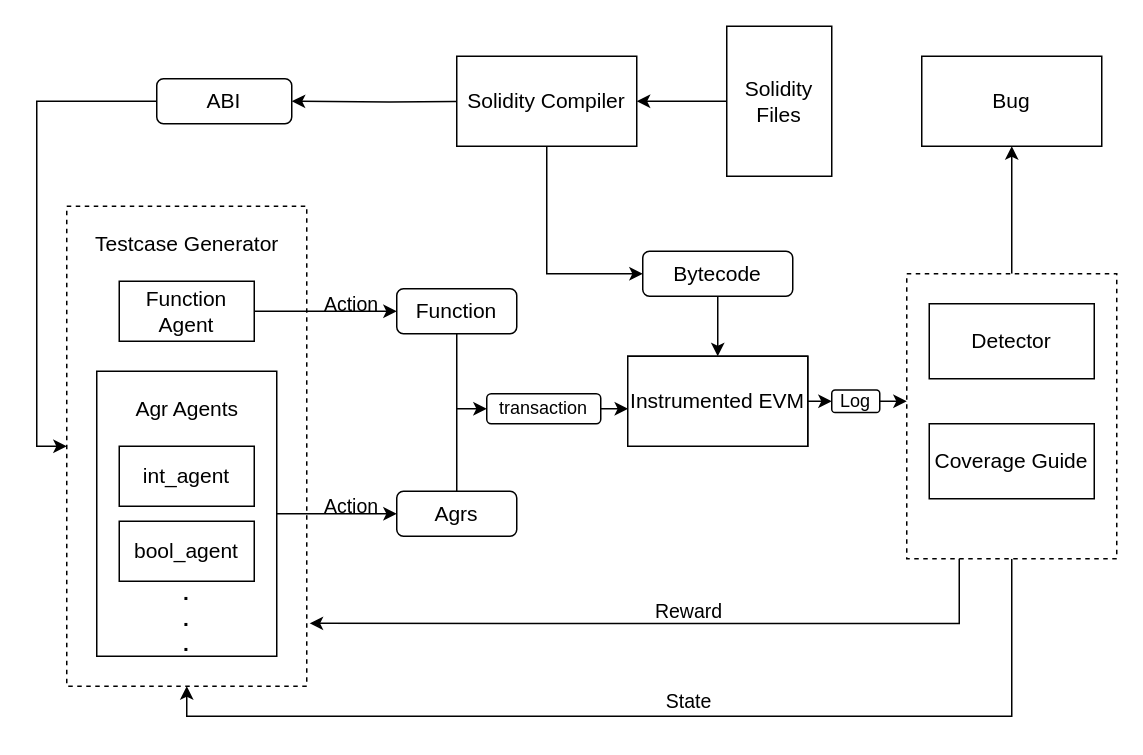
This is marf.drawio from reuvenb-nub/novel-smartcontract-fuzzing, a draw.io file, before an edit. Source tidied: cells renumbered, new cells numbered last; positions are measured from the earlier drawing's top-left corner, leaving out a move shared by most shapes. Both pictures are drawn from the tidied source at 150%, with x=0, y=0 at pixel (36, 26).
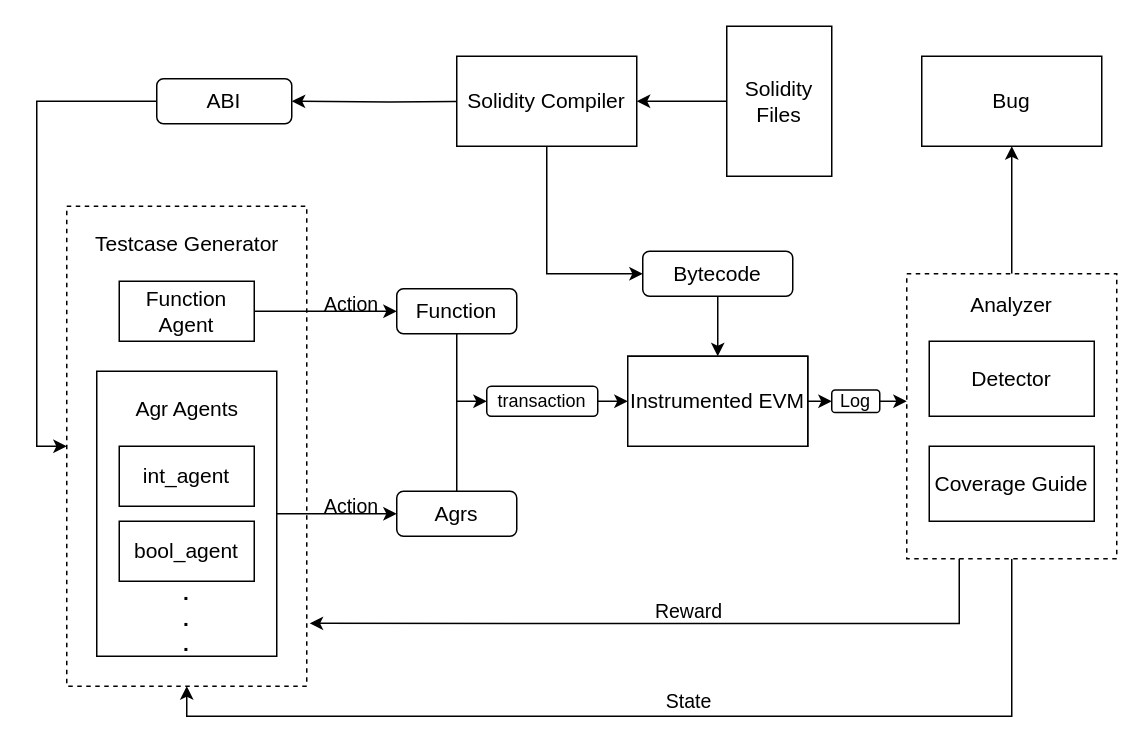
Above is the later version.

The change refers to these unchanged cells:
```xml
<mxCell id="17" value="&lt;font style=&quot;font-size: 14px;&quot;&gt;Instrumented EVM&lt;/font&gt;" style="rounded=0;whiteSpace=wrap;html=1;" parent="1" vertex="1">
  <mxGeometry x="394" y="220" width="120" height="60" as="geometry" />
</mxCell>
<mxCell id="41" value="&lt;font style=&quot;font-size: 14px;&quot;&gt;Instrumented EVM&lt;/font&gt;" style="rounded=0;whiteSpace=wrap;html=1;" parent="1" vertex="1">
  <mxGeometry x="394" y="220" width="120" height="60" as="geometry" />
</mxCell>
```

What changed in the source:
```diff
@@
     <mxCell id="28" value="&lt;font style=&quot;font-size: 14px;&quot;&gt;Detector&lt;/font&gt;" style="rounded=0;whiteSpace=wrap;html=1;" parent="1" vertex="1">
-      <mxGeometry x="595" y="185" width="110" height="50" as="geometry" />
+      <mxGeometry x="595" y="210" width="110" height="50" as="geometry" />
     </mxCell>
     <mxCell id="29" value="&lt;font style=&quot;font-size: 14px;&quot;&gt;Coverage Guide&lt;/font&gt;" style="rounded=0;whiteSpace=wrap;html=1;" parent="1" vertex="1">
-      <mxGeometry x="595" y="265" width="110" height="50" as="geometry" />
+      <mxGeometry x="595" y="280" width="110" height="50" as="geometry" />
     </mxCell>
@@
+    <mxCell id="43" style="edgeStyle=orthogonalEdgeStyle;rounded=0;jettySize=auto;html=1;exitX=1;exitY=0.5;exitDx=0;exitDy=0;entryX=0;entryY=0.5;entryDx=0;entryDy=0;" parent="1" edge="1" source="36" target="41">
+      <mxGeometry relative="1" as="geometry" />
+    </mxCell>
     <mxCell id="36" value="transaction" style="rounded=1;whiteSpace=wrap;html=1;" parent="1" vertex="1">
-      <mxGeometry x="300" y="245" width="76" height="20" as="geometry" />
+      <mxGeometry x="300" y="240" width="74" height="20" as="geometry" />
     </mxCell>
-    <mxCell id="37" style="edgeStyle=orthogonalEdgeStyle;rounded=0;jettySize=auto;html=1;exitX=1;exitY=0.5;exitDx=0;exitDy=0;entryX=0.002;entryY=0.58;entryDx=0;entryDy=0;entryPerimeter=0;" parent="1" edge="1" source="36" target="17">
-      <mxGeometry relative="1" as="geometry" />
-    </mxCell>
-    <mxCell id="38" style="endArrow=classic;html=1;rounded=0;entryX=0;entryY=0.5;entryDx=0;entryDy=0;" parent="1" edge="1" target="36">
-      <mxGeometry relative="1" as="geometry">
-        <mxPoint x="280" y="255" as="sourcePoint" />
-      </mxGeometry>
-    </mxCell>
@@
+    <mxCell id="44" value="&lt;font style=&quot;font-size: 14px;&quot;&gt;Analyzer&lt;/font&gt;" style="text;html=1;align=center;verticalAlign=middle;whiteSpace=wrap;rounded=0;" parent="1" vertex="1">
+      <mxGeometry x="620" y="171" width="60" height="30" as="geometry" />
+    </mxCell>
+    <mxCell id="45" style="endArrow=classic;html=1;rounded=0;entryX=0;entryY=0.5;entryDx=0;entryDy=0;" parent="1" edge="1" target="36">
+      <mxGeometry relative="1" as="geometry">
+        <mxPoint x="280" y="250" as="sourcePoint" />
+      </mxGeometry>
+    </mxCell>
```
